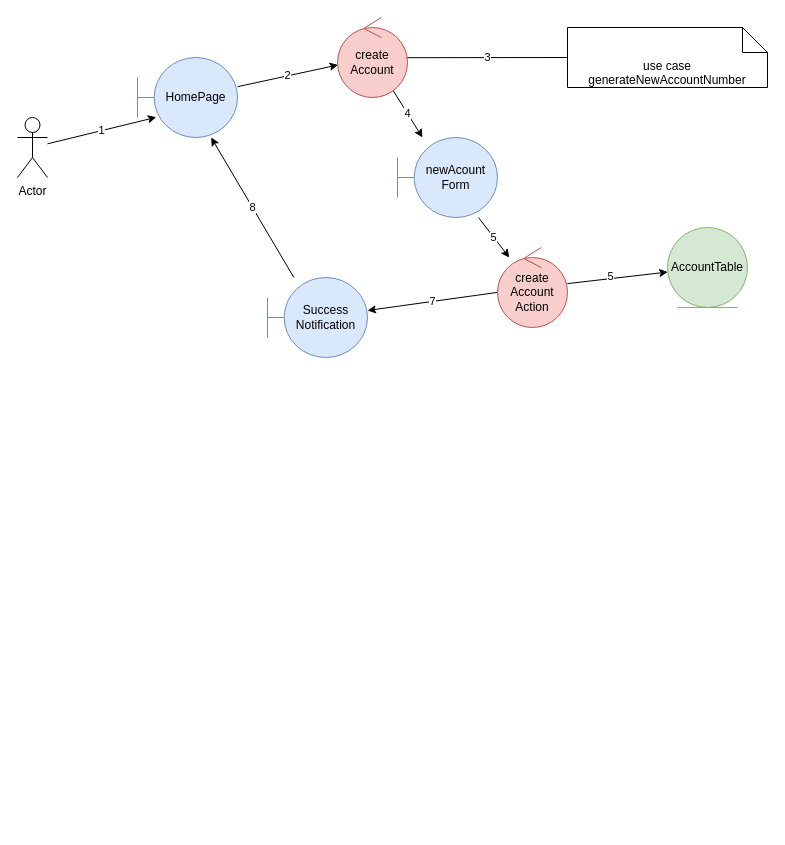
Above: page "useCases" (2 of 3) of Diagramme sans nom.drawio in arseneRuben/SymfonySocialLogin (draw.io), before the change. Source tidied: cells renumbered, new cells numbered last; positions are measured from the earlier drawing's top-left corner, leaving out a move shared by most shapes. Both pictures are drawn from the tidied source at 100%, with x=0, y=0 at pixel (17, 17).
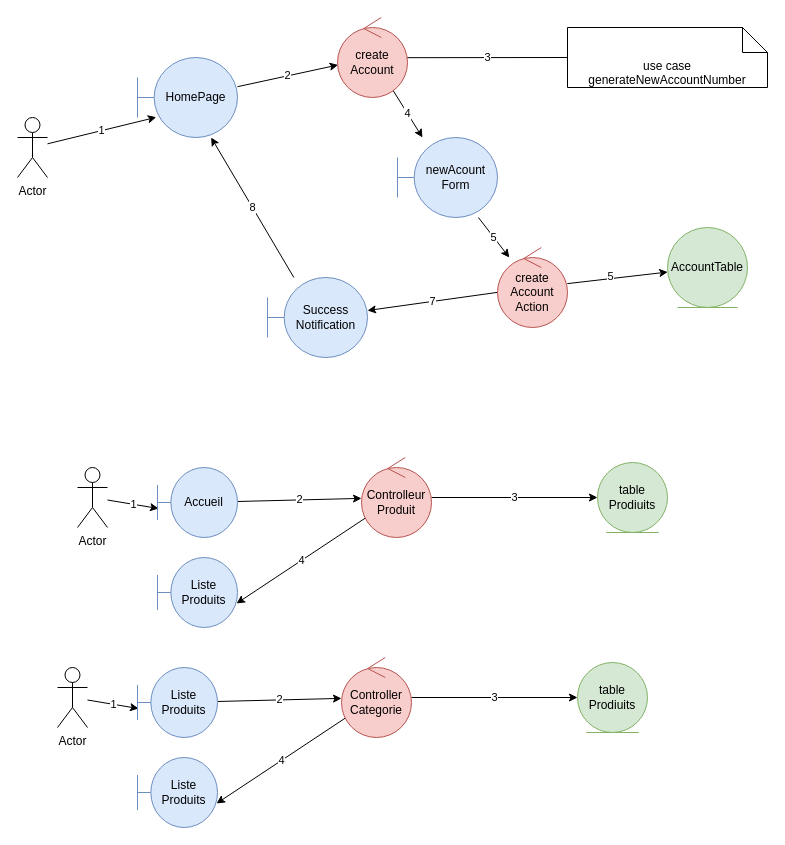
After the change.

The edit, as a diff of the source:
```diff
@@
+    <mxCell id="20" value="1" style="rounded=0;jettySize=auto;html=1;entryX=0.013;entryY=0.586;entryDx=0;entryDy=0;entryPerimeter=0;" parent="1" edge="1" source="21" target="23">
+      <mxGeometry relative="1" as="geometry" />
+    </mxCell>
+    <mxCell id="21" value="Actor" style="shape=umlActor;verticalLabelPosition=bottom;verticalAlign=top;html=1;" parent="1" vertex="1">
+      <mxGeometry x="60" y="450" width="30" height="60" as="geometry" />
+    </mxCell>
+    <mxCell id="22" value="2" style="rounded=0;jettySize=auto;html=1;" parent="1" edge="1" source="23" target="27">
+      <mxGeometry relative="1" as="geometry" />
+    </mxCell>
+    <mxCell id="23" value="Accueil" style="shape=umlBoundary;whiteSpace=wrap;html=1;fillColor=#dae8fc;strokeColor=#6c8ebf;" parent="1" vertex="1">
+      <mxGeometry x="140" y="450" width="80" height="70" as="geometry" />
+    </mxCell>
+    <mxCell id="24" value="table&lt;br&gt;Prodiuits" style="ellipse;shape=umlEntity;whiteSpace=wrap;html=1;fillColor=#d5e8d4;strokeColor=#82b366;" parent="1" vertex="1">
+      <mxGeometry x="580" y="445" width="70" height="70" as="geometry" />
+    </mxCell>
+    <mxCell id="25" value="3" style="rounded=0;jettySize=auto;html=1;" parent="1" edge="1" source="27" target="24">
+      <mxGeometry relative="1" as="geometry" />
+    </mxCell>
+    <mxCell id="26" value="4" style="rounded=0;jettySize=auto;html=1;entryX=0.988;entryY=0.657;entryDx=0;entryDy=0;entryPerimeter=0;" parent="1" edge="1" source="27" target="28">
+      <mxGeometry relative="1" as="geometry" />
+    </mxCell>
+    <mxCell id="27" value="Controlleur&lt;br&gt;Produit" style="ellipse;shape=umlControl;whiteSpace=wrap;html=1;fillColor=#f8cecc;strokeColor=#b85450;" parent="1" vertex="1">
+      <mxGeometry x="344" y="440" width="70" height="80" as="geometry" />
+    </mxCell>
+    <mxCell id="28" value="Liste&lt;br&gt;Produits" style="shape=umlBoundary;whiteSpace=wrap;html=1;fillColor=#dae8fc;strokeColor=#6c8ebf;" parent="1" vertex="1">
+      <mxGeometry x="140" y="540" width="80" height="70" as="geometry" />
+    </mxCell>
+    <mxCell id="29" value="1" style="rounded=0;jettySize=auto;html=1;entryX=0.013;entryY=0.586;entryDx=0;entryDy=0;entryPerimeter=0;" parent="1" edge="1" source="30" target="32">
+      <mxGeometry relative="1" as="geometry" />
+    </mxCell>
+    <mxCell id="30" value="Actor" style="shape=umlActor;verticalLabelPosition=bottom;verticalAlign=top;html=1;" parent="1" vertex="1">
+      <mxGeometry x="40" y="650" width="30" height="60" as="geometry" />
+    </mxCell>
+    <mxCell id="31" value="2" style="rounded=0;jettySize=auto;html=1;" parent="1" edge="1" source="32" target="36">
+      <mxGeometry relative="1" as="geometry" />
+    </mxCell>
+    <mxCell id="32" value="Liste&lt;br style=&quot;border-color: var(--border-color);&quot;&gt;Produits" style="shape=umlBoundary;whiteSpace=wrap;html=1;fillColor=#dae8fc;strokeColor=#6c8ebf;" parent="1" vertex="1">
+      <mxGeometry x="120" y="650" width="80" height="70" as="geometry" />
+    </mxCell>
+    <mxCell id="33" value="table&lt;br&gt;Prodiuits" style="ellipse;shape=umlEntity;whiteSpace=wrap;html=1;fillColor=#d5e8d4;strokeColor=#82b366;" parent="1" vertex="1">
+      <mxGeometry x="560" y="645" width="70" height="70" as="geometry" />
+    </mxCell>
+    <mxCell id="34" value="3" style="rounded=0;jettySize=auto;html=1;" parent="1" edge="1" source="36" target="33">
+      <mxGeometry relative="1" as="geometry" />
+    </mxCell>
+    <mxCell id="35" value="4" style="rounded=0;jettySize=auto;html=1;entryX=0.988;entryY=0.657;entryDx=0;entryDy=0;entryPerimeter=0;" parent="1" edge="1" source="36" target="37">
+      <mxGeometry relative="1" as="geometry" />
+    </mxCell>
+    <mxCell id="36" value="Controller&lt;br&gt;Categorie" style="ellipse;shape=umlControl;whiteSpace=wrap;html=1;fillColor=#f8cecc;strokeColor=#b85450;" parent="1" vertex="1">
+      <mxGeometry x="324" y="640" width="70" height="80" as="geometry" />
+    </mxCell>
+    <mxCell id="37" value="Liste&lt;br&gt;Produits" style="shape=umlBoundary;whiteSpace=wrap;html=1;fillColor=#dae8fc;strokeColor=#6c8ebf;" parent="1" vertex="1">
+      <mxGeometry x="120" y="740" width="80" height="70" as="geometry" />
+    </mxCell>
```
